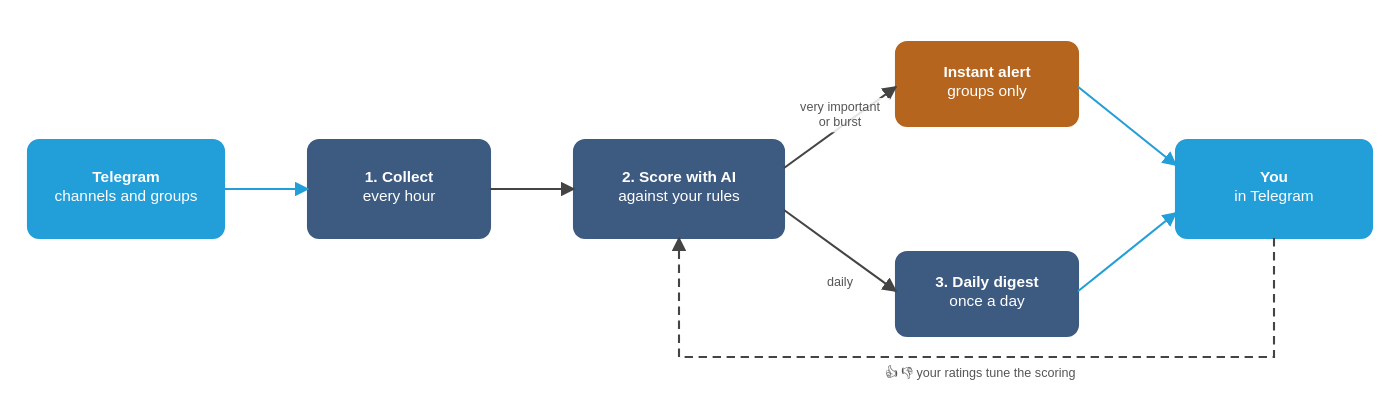
The draw.io diagram docs/user-guide/images/life-of-a-post.drawio.svg in KopylP/signal-feed, before a commit. Source tidied: cells renumbered, new cells last; positions are measured from the earlier drawing's top-left corner, leaving out a move shared by most shapes.
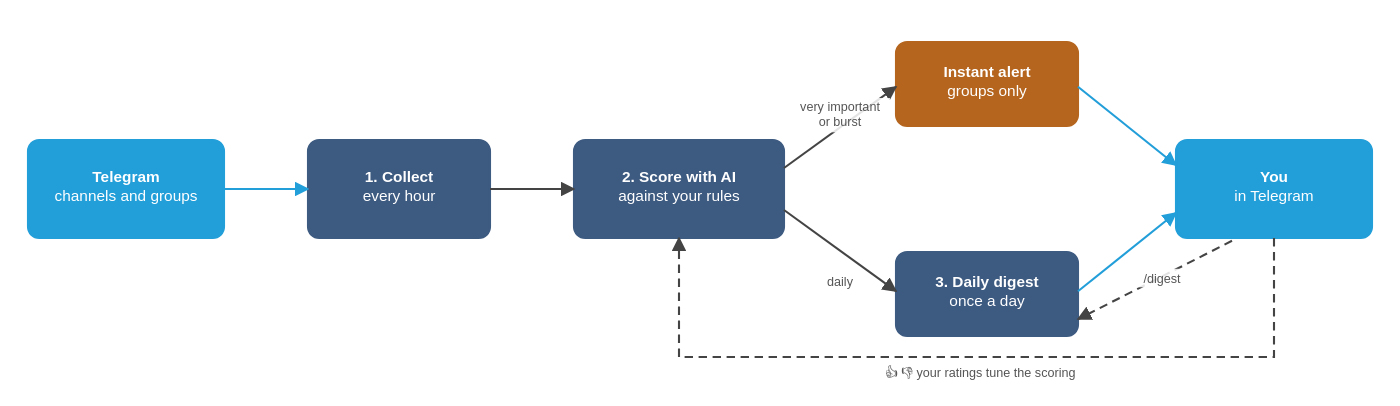
After the commit.

Change to the diagram source:
```diff
@@ -73,5 +73,11 @@
     <mxCell id="23" value="👍 👎 your ratings tune the scoring" style="text;html=1;whiteSpace=wrap;align=center;verticalAlign=top;spacing=0;fontSize=9;fontColor=#555555;fillColor=#ffffff;opacity=85;" parent="1" vertex="1">
       <mxGeometry x="580" y="229" width="200" height="15" as="geometry" />
     </mxCell>
+    <mxCell id="24" style="endArrow=block;html=1;strokeColor=#444444;strokeWidth=1.5;dashed=1;rounded=0;edgeStyle=none;" parent="1" edge="1" source="12" target="10">
+      <mxGeometry relative="1" as="geometry" />
+    </mxCell>
+    <mxCell id="25" value="/digest" style="text;html=1;whiteSpace=wrap;align=center;verticalAlign=top;spacing=0;fontSize=9;fontColor=#555555;fillColor=#ffffff;opacity=85;" parent="1" vertex="1">
+      <mxGeometry x="788" y="162" width="44" height="15" as="geometry" />
+    </mxCell>
   </root>
 </mxGraphModel>
```
